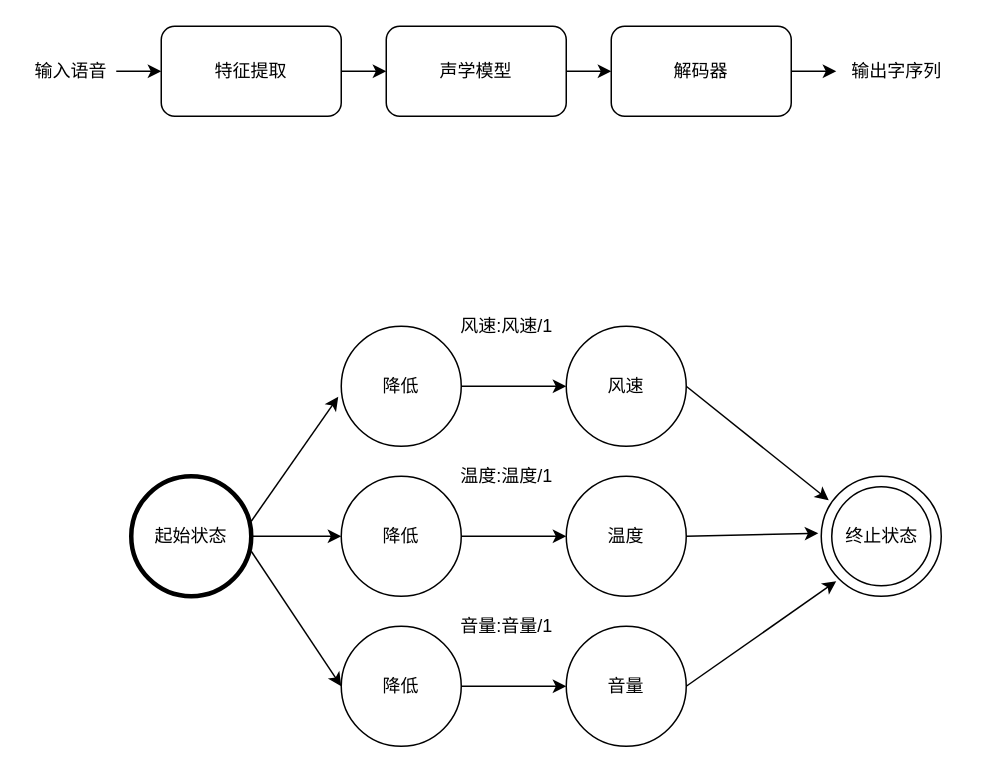
nwpu2017300135/kws keeps this draw.io diagram as Untitled Diagram.drawio. Above is the earlier version. Source tidied: cells renumbered, new cells numbered last; positions are measured from the earlier drawing's top-left corner, leaving out a move shared by most shapes. Both pictures are drawn from the tidied source at 150%, with x=0, y=0 at pixel (26, 26).
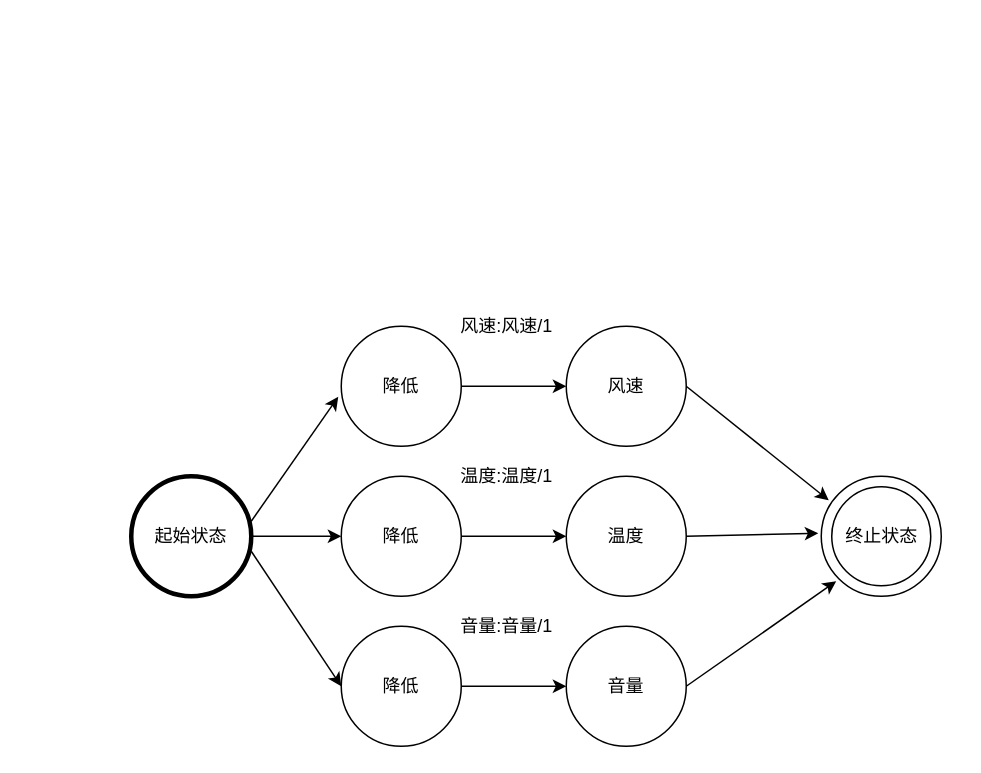
After the change.

Diff of the diagram source:
```diff
@@
-    <mxCell id="2" style="edgeStyle=orthogonalEdgeStyle;rounded=0;jettySize=auto;html=1;" parent="1" edge="1" source="3" target="5">
-      <mxGeometry relative="1" as="geometry" />
-    </mxCell>
-    <mxCell id="3" value="特征提取" style="rounded=1;whiteSpace=wrap;html=1;" parent="1" vertex="1">
-      <mxGeometry x="90" width="120" height="60" as="geometry" />
-    </mxCell>
-    <mxCell id="4" style="edgeStyle=orthogonalEdgeStyle;rounded=0;jettySize=auto;html=1;" parent="1" edge="1" source="5" target="7">
-      <mxGeometry relative="1" as="geometry" />
-    </mxCell>
-    <mxCell id="5" value="声学模型" style="rounded=1;whiteSpace=wrap;html=1;" parent="1" vertex="1">
-      <mxGeometry x="240" width="120" height="60" as="geometry" />
-    </mxCell>
-    <mxCell id="6" style="edgeStyle=orthogonalEdgeStyle;rounded=0;jettySize=auto;html=1;" parent="1" edge="1" source="7">
-      <mxGeometry relative="1" as="geometry">
-        <mxPoint x="540" y="30" as="targetPoint" />
-      </mxGeometry>
-    </mxCell>
-    <mxCell id="7" value="解码器" style="rounded=1;whiteSpace=wrap;html=1;" parent="1" vertex="1">
-      <mxGeometry x="390" width="120" height="60" as="geometry" />
-    </mxCell>
-    <mxCell id="8" value="输出字序列" style="text;html=1;align=center;verticalAlign=middle;strokeColor=none;" parent="1" vertex="1">
-      <mxGeometry x="540" y="20" width="80" height="20" as="geometry" />
-    </mxCell>
-    <mxCell id="9" style="edgeStyle=orthogonalEdgeStyle;rounded=0;jettySize=auto;html=1;" parent="1" edge="1" source="10" target="3">
-      <mxGeometry relative="1" as="geometry" />
-    </mxCell>
-    <mxCell id="10" value="输入语音" style="text;html=1;strokeColor=none;fillColor=none;align=center;verticalAlign=middle;whiteSpace=wrap;rounded=0;" parent="1" vertex="1">
-      <mxGeometry y="20" width="60" height="20" as="geometry" />
-    </mxCell>
```
